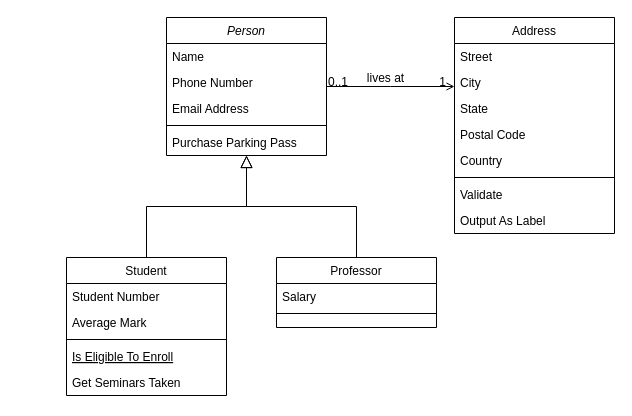
Before: Untitled Diagram.drawio in tcsdeepp/Assessment-1, a draw.io diagram. Source tidied: cells renumbered, new cells numbered last; positions are measured from the earlier drawing's top-left corner, leaving out a move shared by most shapes. Both pictures are drawn from the tidied source at 100%, with x=0, y=0 at pixel (66, 17).
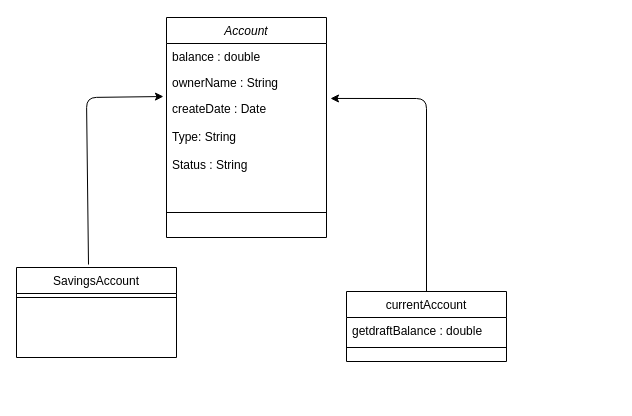
The same page after the edit.

Commit message:
UML Diagram

Change to the diagram source:
```diff
@@
-    <mxCell id="2" value="Person" style="swimlane;fontStyle=2;align=center;verticalAlign=top;horizontal=1;startSize=26;rounded=0;shadow=0;strokeWidth=1;" parent="1" vertex="1">
-      <mxGeometry x="100" width="160" height="138" as="geometry" />
+    <mxCell id="2" value="Account" style="swimlane;fontStyle=2;align=center;verticalAlign=top;horizontal=1;startSize=26;rounded=0;shadow=0;strokeWidth=1;" parent="1" vertex="1">
+      <mxGeometry x="100" width="160" height="220" as="geometry" />
     </mxCell>
-    <mxCell id="3" value="Name" style="text;align=left;verticalAlign=top;spacingLeft=4;spacingRight=4;overflow=hidden;" parent="2" vertex="1">
+    <mxCell id="3" value="balance : double" style="text;align=left;verticalAlign=top;spacingLeft=4;spacingRight=4;overflow=hidden;" parent="2" vertex="1">
       <mxGeometry y="26" width="160" height="26" as="geometry" />
     </mxCell>
-    <mxCell id="4" value="Phone Number" style="text;align=left;verticalAlign=top;spacingLeft=4;spacingRight=4;overflow=hidden;rounded=0;shadow=0;html=0;" parent="2" vertex="1">
+    <mxCell id="4" value="ownerName : String" style="text;align=left;verticalAlign=top;spacingLeft=4;spacingRight=4;overflow=hidden;rounded=0;shadow=0;html=0;" parent="2" vertex="1">
       <mxGeometry y="52" width="160" height="26" as="geometry" />
     </mxCell>
-    <mxCell id="5" value="Email Address" style="text;align=left;verticalAlign=top;spacingLeft=4;spacingRight=4;overflow=hidden;points=[[0,0.5],[1,0.5]];portConstraint=eastwest;rounded=0;shadow=0;html=0;" parent="2" vertex="1">
-      <mxGeometry y="78" width="160" height="26" as="geometry" />
+    <mxCell id="5" value="createDate : Date&#10;&#10;Type: String&#10;&#10;Status : String" style="text;align=left;verticalAlign=top;spacingLeft=4;spacingRight=4;overflow=hidden;points=[[0,0.5],[1,0.5]];portConstraint=eastwest;rounded=0;shadow=0;html=0;" parent="2" vertex="1">
+      <mxGeometry y="78" width="160" height="102" as="geometry" />
     </mxCell>
     <mxCell id="6" style="line;html=1;strokeWidth=1;align=left;verticalAlign=middle;spacingTop=-1;spacingLeft=3;spacingRight=3;labelPosition=right;" parent="2" vertex="1">
-      <mxGeometry y="104" width="160" height="8" as="geometry" />
+      <mxGeometry y="180" width="160" height="30" as="geometry" />
     </mxCell>
-    <mxCell id="7" value="Purchase Parking Pass" style="text;align=left;verticalAlign=top;spacingLeft=4;spacingRight=4;overflow=hidden;" parent="2" vertex="1">
-      <mxGeometry y="112" width="160" height="26" as="geometry" />
-    </mxCell>
-    <mxCell id="8" value="Student" style="swimlane;fontStyle=0;align=center;verticalAlign=top;horizontal=1;startSize=26;rounded=0;shadow=0;strokeWidth=1;" parent="1" vertex="1">
-      <mxGeometry y="240" width="160" height="138" as="geometry" />
+    <mxCell id="8" value="SavingsAccount" style="swimlane;fontStyle=0;align=center;verticalAlign=top;horizontal=1;startSize=26;rounded=0;shadow=0;strokeWidth=1;" parent="1" vertex="1">
+      <mxGeometry x="-50" y="250" width="160" height="90" as="geometry" />
     </mxCell>
-    <mxCell id="9" value="Student Number" style="text;align=left;verticalAlign=top;spacingLeft=4;spacingRight=4;overflow=hidden;" parent="8" vertex="1">
-      <mxGeometry y="26" width="160" height="26" as="geometry" />
-    </mxCell>
-    <mxCell id="10" value="Average Mark" style="text;align=left;verticalAlign=top;spacingLeft=4;spacingRight=4;overflow=hidden;rounded=0;shadow=0;html=0;" parent="8" vertex="1">
-      <mxGeometry y="52" width="160" height="26" as="geometry" />
-    </mxCell>
     <mxCell id="11" style="line;html=1;strokeWidth=1;align=left;verticalAlign=middle;spacingTop=-1;spacingLeft=3;spacingRight=3;labelPosition=right;" parent="8" vertex="1">
-      <mxGeometry y="78" width="160" height="8" as="geometry" />
+      <mxGeometry y="26" width="160" height="8" as="geometry" />
     </mxCell>
-    <mxCell id="12" value="Is Eligible To Enroll" style="text;align=left;verticalAlign=top;spacingLeft=4;spacingRight=4;overflow=hidden;fontStyle=4;" parent="8" vertex="1">
-      <mxGeometry y="86" width="160" height="26" as="geometry" />
-    </mxCell>
-    <mxCell id="13" value="Get Seminars Taken" style="text;align=left;verticalAlign=top;spacingLeft=4;spacingRight=4;overflow=hidden;" parent="8" vertex="1">
-      <mxGeometry y="112" width="160" height="26" as="geometry" />
-    </mxCell>
-    <mxCell id="14" style="endArrow=block;endSize=10;endFill=0;shadow=0;strokeWidth=1;rounded=0;edgeStyle=elbowEdgeStyle;elbow=vertical;" parent="1" edge="1" source="8" target="2">
-      <mxGeometry relative="1" as="geometry" />
-    </mxCell>
-    <mxCell id="15" value="Professor" style="swimlane;fontStyle=0;align=center;verticalAlign=top;horizontal=1;startSize=26;rounded=0;shadow=0;strokeWidth=1;" parent="1" vertex="1">
-      <mxGeometry x="210" y="240" width="160" height="70" as="geometry" />
+    <mxCell id="15" value="currentAccount" style="swimlane;fontStyle=0;align=center;verticalAlign=top;horizontal=1;startSize=26;rounded=0;shadow=0;strokeWidth=1;" parent="1" vertex="1">
+      <mxGeometry x="280" y="274" width="160" height="70" as="geometry" />
     </mxCell>
-    <mxCell id="16" value="Salary" style="text;align=left;verticalAlign=top;spacingLeft=4;spacingRight=4;overflow=hidden;" parent="15" vertex="1">
+    <mxCell id="16" value="getdraftBalance : double" style="text;align=left;verticalAlign=top;spacingLeft=4;spacingRight=4;overflow=hidden;" parent="15" vertex="1">
       <mxGeometry y="26" width="160" height="26" as="geometry" />
     </mxCell>
@@
-    <mxCell id="18" style="endArrow=block;endSize=10;endFill=0;shadow=0;strokeWidth=1;rounded=0;edgeStyle=elbowEdgeStyle;elbow=vertical;" parent="1" edge="1" source="15" target="2">
-      <mxGeometry relative="1" as="geometry" />
-    </mxCell>
-    <mxCell id="19" value="Address" style="swimlane;fontStyle=0;align=center;verticalAlign=top;horizontal=1;startSize=26;rounded=0;shadow=0;strokeWidth=1;" parent="1" vertex="1">
-      <mxGeometry x="388" width="160" height="216" as="geometry" />
-    </mxCell>
-    <mxCell id="20" value="Street" style="text;align=left;verticalAlign=top;spacingLeft=4;spacingRight=4;overflow=hidden;" parent="19" vertex="1">
-      <mxGeometry y="26" width="160" height="26" as="geometry" />
-    </mxCell>
-    <mxCell id="21" value="City" style="text;align=left;verticalAlign=top;spacingLeft=4;spacingRight=4;overflow=hidden;rounded=0;shadow=0;html=0;" parent="19" vertex="1">
-      <mxGeometry y="52" width="160" height="26" as="geometry" />
-    </mxCell>
-    <mxCell id="22" value="State" style="text;align=left;verticalAlign=top;spacingLeft=4;spacingRight=4;overflow=hidden;rounded=0;shadow=0;html=0;" parent="19" vertex="1">
-      <mxGeometry y="78" width="160" height="26" as="geometry" />
-    </mxCell>
-    <mxCell id="23" value="Postal Code" style="text;align=left;verticalAlign=top;spacingLeft=4;spacingRight=4;overflow=hidden;rounded=0;shadow=0;html=0;" parent="19" vertex="1">
-      <mxGeometry y="104" width="160" height="26" as="geometry" />
-    </mxCell>
-    <mxCell id="24" value="Country" style="text;align=left;verticalAlign=top;spacingLeft=4;spacingRight=4;overflow=hidden;rounded=0;shadow=0;html=0;" parent="19" vertex="1">
-      <mxGeometry y="130" width="160" height="26" as="geometry" />
-    </mxCell>
-    <mxCell id="25" style="line;html=1;strokeWidth=1;align=left;verticalAlign=middle;spacingTop=-1;spacingLeft=3;spacingRight=3;labelPosition=right;" parent="19" vertex="1">
-      <mxGeometry y="156" width="160" height="8" as="geometry" />
-    </mxCell>
-    <mxCell id="26" value="Validate" style="text;align=left;verticalAlign=top;spacingLeft=4;spacingRight=4;overflow=hidden;" parent="19" vertex="1">
-      <mxGeometry y="164" width="160" height="26" as="geometry" />
-    </mxCell>
-    <mxCell id="27" value="Output As Label" style="text;align=left;verticalAlign=top;spacingLeft=4;spacingRight=4;overflow=hidden;" parent="19" vertex="1">
-      <mxGeometry y="190" width="160" height="26" as="geometry" />
-    </mxCell>
-    <mxCell id="28" style="endArrow=open;shadow=0;strokeWidth=1;rounded=0;endFill=1;edgeStyle=elbowEdgeStyle;elbow=vertical;" parent="1" edge="1" source="2" target="19">
-      <mxGeometry x="0.5" y="41" relative="1" as="geometry">
-        <mxPoint x="-40" y="32" as="offset" />
-      </mxGeometry>
-    </mxCell>
-    <mxCell id="29" value="0..1" style="align=left;verticalAlign=bottom;labelBackgroundColor=none;fontSize=12;" parent="28" vertex="1">
-      <mxGeometry x="-1" relative="1" as="geometry">
-        <mxPoint y="4" as="offset" />
-      </mxGeometry>
-    </mxCell>
-    <mxCell id="30" value="1" style="align=right;verticalAlign=bottom;labelBackgroundColor=none;fontSize=12;" parent="28" vertex="1">
-      <mxGeometry x="1" relative="1" as="geometry">
-        <mxPoint x="-7" y="4" as="offset" />
-      </mxGeometry>
-    </mxCell>
-    <mxCell id="31" value="lives at" style="text;html=1;align=center;verticalAlign=middle;labelBackgroundColor=none;rounded=0;shadow=0;strokeWidth=1;fontSize=12;" parent="28" vertex="1">
-      <mxGeometry x="0.5" y="49" relative="1" as="geometry">
-        <mxPoint x="-38" y="40" as="offset" />
-      </mxGeometry>
-    </mxCell>
+    <mxCell id="32" style="endArrow=classic;html=1;exitX=0.45;exitY=-0.033;exitDx=0;exitDy=0;exitPerimeter=0;entryX=-0.019;entryY=0.01;entryDx=0;entryDy=0;entryPerimeter=0;" parent="1" edge="1" source="8" target="5">
+      <mxGeometry relative="1" as="geometry">
+        <Array as="points">
+          <mxPoint x="20" y="80" />
+        </Array>
+      </mxGeometry>
+    </mxCell>
+    <mxCell id="33" style="endArrow=classic;html=1;entryX=1.025;entryY=0.029;entryDx=0;entryDy=0;entryPerimeter=0;" parent="1" edge="1" target="5">
+      <mxGeometry relative="1" as="geometry">
+        <mxPoint x="360" y="274" as="sourcePoint" />
+        <Array as="points">
+          <mxPoint x="360" y="81" />
+        </Array>
+      </mxGeometry>
+    </mxCell>
```
